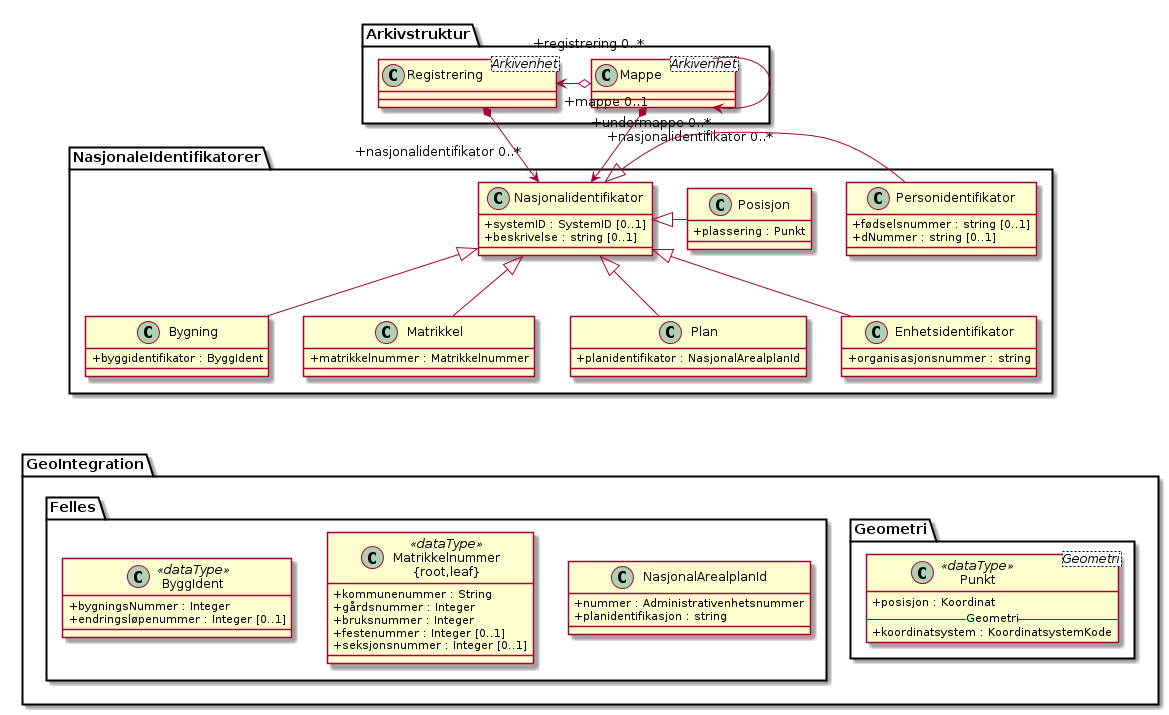
Above: kapitler/media/uml-bruken-av-nasjonalidentifikator.png in arkivverket/noark5-tjenestegrensesnitt-standard (PlantUML), before the change. The source it was exported from:
```plantuml
@startuml
skinparam classAttributeIconSize 0

class NasjonaleIdentifikatorer.Nasjonalidentifikator {
  +systemID : SystemID [0..1]
  +beskrivelse : string [0..1]
}


class Arkivstruktur.Mappe <Arkivenhet>
class Arkivstruktur.Registrering <Arkivenhet>
class NasjonaleIdentifikatorer.Enhetsidentifikator {
  +organisasjonsnummer : string
}
class NasjonaleIdentifikatorer.Personidentifikator {
  +fødselsnummer : string [0..1]
  +dNummer : string [0..1]
}
class NasjonaleIdentifikatorer.Posisjon {
  +plassering : Punkt
}
class NasjonaleIdentifikatorer.Bygning {
  +byggidentifikator : ByggIdent
}
class NasjonaleIdentifikatorer.Matrikkel {
  +matrikkelnummer : Matrikkelnummer
}
class NasjonaleIdentifikatorer.Plan {
  +planidentifikator : NasjonalArealplanId
}

package GeoIntegration {

  package Geometri {

    class Punkt <Geometri> <<dataType>> {
      +posisjon : Koordinat
      -- Geometri --
      +koordinatsystem : KoordinatsystemKode
    }
  }

  package Felles {
    class ByggIdent <<dataType>> {
      +bygningsNummer : Integer
      +endringsløpenummer : Integer [0..1]
    }

    class NasjonalArealplanId {
      +nummer : Administrativenhetsnummer
      +planidentifikasjon : string
    }

    class "Matrikkelnummer\n{root,leaf}" as Matrikkelnummer <<dataType>> {
      +kommunenummer : String
      +gårdsnummer : Integer
      +bruksnummer : Integer
      +festenummer : Integer [0..1]
     +seksjonsnummer : Integer [0..1]
    }
  }
}
Arkivstruktur.Mappe --> "+undermappe 0..*" Arkivstruktur.Mappe
Arkivstruktur.Registrering "+registrering 0..*" <-o "+mappe 0..1" Arkivstruktur.Mappe
Arkivstruktur.Mappe *--> "+nasjonalidentifikator 0..*\n\n" NasjonaleIdentifikatorer.Nasjonalidentifikator
Arkivstruktur.Registrering *--> "+nasjonalidentifikator 0..*\n" NasjonaleIdentifikatorer.Nasjonalidentifikator
NasjonaleIdentifikatorer.Posisjon -|> NasjonaleIdentifikatorer.Nasjonalidentifikator
NasjonaleIdentifikatorer.Nasjonalidentifikator <|- NasjonaleIdentifikatorer.Personidentifikator
NasjonaleIdentifikatorer.Nasjonalidentifikator <|-- NasjonaleIdentifikatorer.Enhetsidentifikator
NasjonaleIdentifikatorer.Nasjonalidentifikator <|-- NasjonaleIdentifikatorer.Bygning
NasjonaleIdentifikatorer.Nasjonalidentifikator <|-- NasjonaleIdentifikatorer.Matrikkel
NasjonaleIdentifikatorer.Nasjonalidentifikator <|-- NasjonaleIdentifikatorer.Plan

NasjonaleIdentifikatorer.Plan <-[hidden]-- NasjonalArealplanId
NasjonaleIdentifikatorer.Posisjon <-[hidden]-- Punkt
NasjonaleIdentifikatorer.Bygning <-[hidden]-- ByggIdent
NasjonaleIdentifikatorer.Matrikkel <-[hidden]-- Matrikkelnummer
@enduml
```
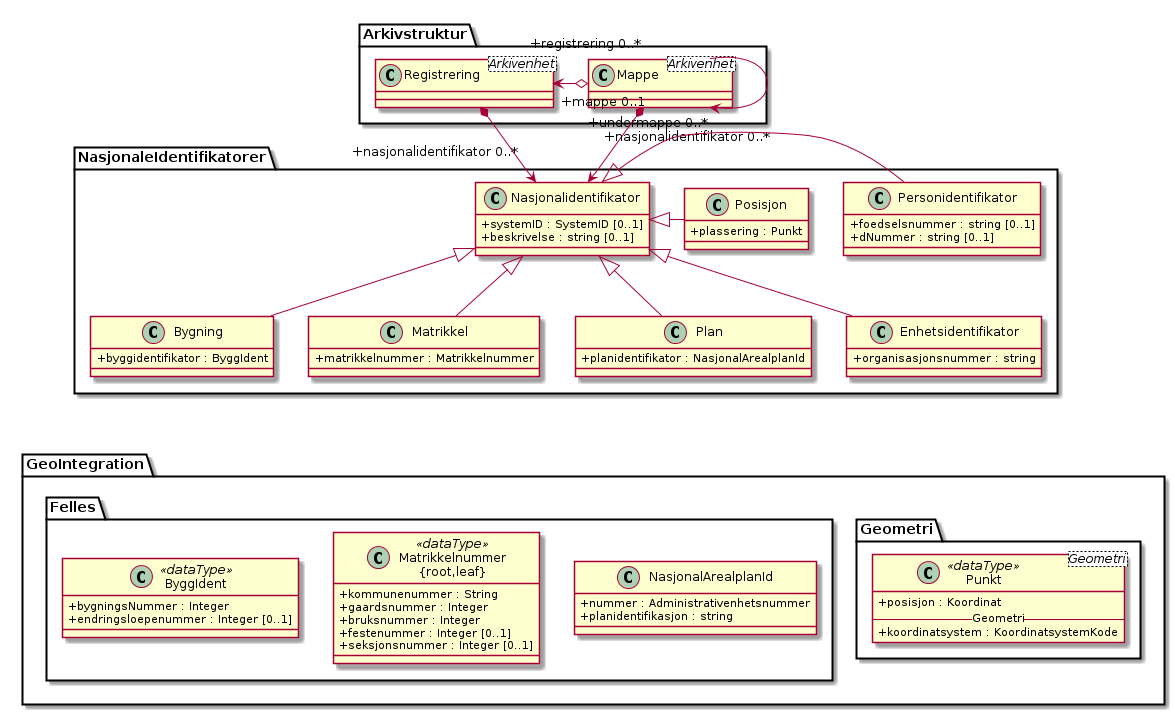
Later version of the same file.

What changed in the source:
```diff
@@ -13,7 +13,7 @@
   +organisasjonsnummer : string
 }
 class NasjonaleIdentifikatorer.Personidentifikator {
-  +fødselsnummer : string [0..1]
+  +foedselsnummer : string [0..1]
   +dNummer : string [0..1]
 }
 class NasjonaleIdentifikatorer.Posisjon {
@@ -43,7 +43,7 @@
   package Felles {
     class ByggIdent <<dataType>> {
       +bygningsNummer : Integer
-      +endringsløpenummer : Integer [0..1]
+      +endringsloepenummer : Integer [0..1]
     }
 
     class NasjonalArealplanId {
@@ -53,7 +53,7 @@
 
     class "Matrikkelnummer\n{root,leaf}" as Matrikkelnummer <<dataType>> {
       +kommunenummer : String
-      +gårdsnummer : Integer
+      +gaardsnummer : Integer
       +bruksnummer : Integer
       +festenummer : Integer [0..1]
      +seksjonsnummer : Integer [0..1]
```
